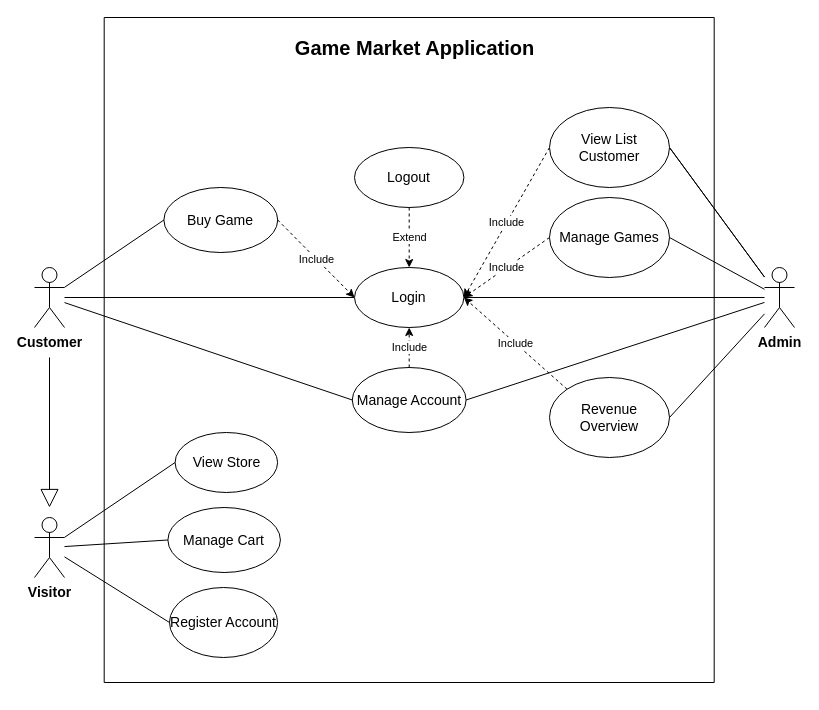
Before: Diagram/Use Case Diagram/UseCasesOverall.drawio in hiusnguyen201/Game-Market-Application, a draw.io diagram. Source tidied: cells renumbered, new cells numbered last; positions are measured from the earlier drawing's top-left corner, leaving out a move shared by most shapes. Both pictures are drawn from the tidied source at 100%, with x=0, y=0 at pixel (34, 17).
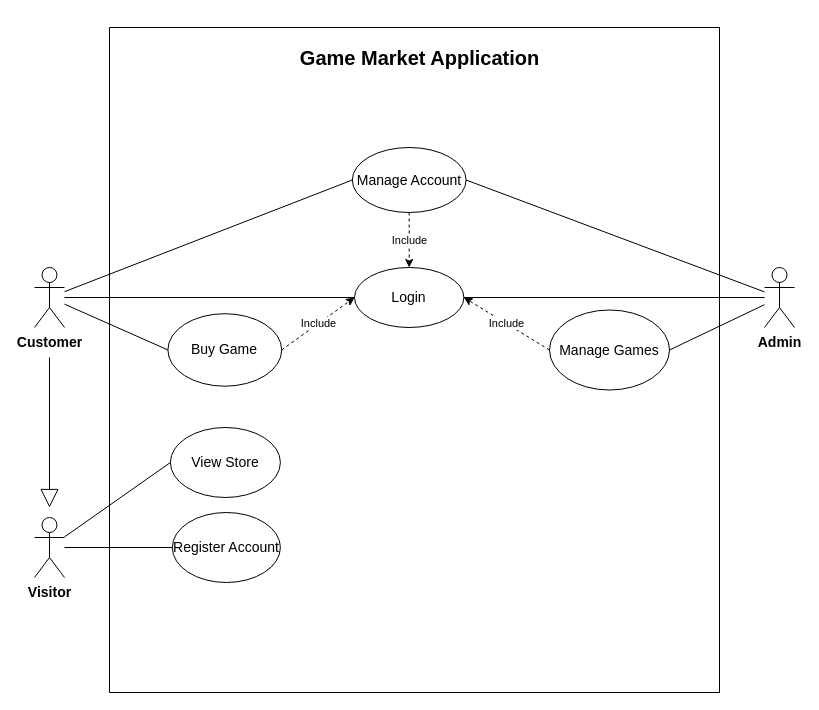
After the change.

The change refers to these unchanged cells:
```xml
<mxCell id="6" value="&lt;b style=&quot;font-size: 14px;&quot;&gt;Admin&lt;/b&gt;" style="shape=umlActor;verticalLabelPosition=bottom;verticalAlign=top;html=1;outlineConnect=0;fontSize=14;" parent="1" vertex="1">
  <mxGeometry x="730" y="250" width="30" height="60" as="geometry" />
</mxCell>
<mxCell id="15" value="&lt;b style=&quot;font-size: 14px;&quot;&gt;Visitor&lt;/b&gt;" style="shape=umlActor;verticalLabelPosition=bottom;verticalAlign=top;html=1;outlineConnect=0;fontSize=14;" parent="1" vertex="1">
  <mxGeometry y="500" width="30" height="60" as="geometry" />
</mxCell>
<mxCell id="18" value="Login" style="ellipse;whiteSpace=wrap;html=1;fontSize=14;" parent="1" vertex="1">
  <mxGeometry x="320" y="250" width="109.4" height="60" as="geometry" />
</mxCell>
```

What changed in the source:
```diff
@@
     <mxCell id="2" value="View Store" style="ellipse;whiteSpace=wrap;html=1;fontSize=14;" parent="1" vertex="1">
-      <mxGeometry x="140.6" y="415" width="102.5" height="60" as="geometry" />
+      <mxGeometry x="135.9" y="410" width="110" height="70" as="geometry" />
     </mxCell>
     <mxCell id="3" value="Register Account" style="ellipse;whiteSpace=wrap;html=1;fontSize=14;" parent="1" vertex="1">
-      <mxGeometry x="135" y="570" width="108.1" height="70" as="geometry" />
+      <mxGeometry x="137.8" y="495" width="108.1" height="70" as="geometry" />
     </mxCell>
@@
     <mxCell id="5" value="Buy Game" style="ellipse;whiteSpace=wrap;html=1;fontSize=14;" parent="1" vertex="1">
-      <mxGeometry x="129.4" y="170" width="113.8" height="65" as="geometry" />
+      <mxGeometry x="133.4" y="296.2" width="113.8" height="72.5" as="geometry" />
     </mxCell>
@@
-    <mxCell id="9" value="Manage Cart" style="ellipse;whiteSpace=wrap;html=1;fontSize=14;" parent="1" vertex="1">
-      <mxGeometry x="133.4" y="490" width="112.5" height="65" as="geometry" />
-    </mxCell>
-    <mxCell id="10" style="endArrow=none;html=1;rounded=0;fontSize=14;entryX=0;entryY=0.5;entryDx=0;entryDy=0;" parent="1" edge="1" source="15" target="9">
-      <mxGeometry relative="1" as="geometry" />
-    </mxCell>
@@
     <mxCell id="12" value="Manage Games" style="ellipse;whiteSpace=wrap;html=1;fontSize=14;" parent="1" vertex="1">
-      <mxGeometry x="515" y="180" width="120" height="80" as="geometry" />
+      <mxGeometry x="515" y="292.5" width="120" height="80" as="geometry" />
     </mxCell>
@@
-    <mxCell id="14" style="endArrow=none;html=1;rounded=0;fontSize=14;exitX=1;exitY=0.5;exitDx=0;exitDy=0;" parent="1" edge="1" source="31" target="6">
-      <mxGeometry relative="1" as="geometry" />
-    </mxCell>
@@
     <mxCell id="20" value="Manage Account" style="ellipse;whiteSpace=wrap;html=1;fontSize=14;" parent="1" vertex="1">
-      <mxGeometry x="317.8" y="350" width="113.8" height="65" as="geometry" />
+      <mxGeometry x="317.8" y="130" width="113.8" height="65" as="geometry" />
     </mxCell>
-    <mxCell id="21" value="Logout" style="ellipse;whiteSpace=wrap;html=1;fontSize=14;" parent="1" vertex="1">
-      <mxGeometry x="320" y="130" width="109.4" height="60" as="geometry" />
-    </mxCell>
-    <mxCell id="22" value="Extend" style="endArrow=classic;html=1;rounded=0;exitX=0.5;exitY=1;exitDx=0;exitDy=0;dashed=1;entryX=0.5;entryY=0;entryDx=0;entryDy=0;" parent="1" edge="1" source="21" target="18">
-      <mxGeometry relative="1" as="geometry" />
-    </mxCell>
@@
-    <mxCell id="24" value="Include" style="endArrow=classic;html=1;rounded=0;exitX=0.5;exitY=0;exitDx=0;exitDy=0;dashed=1;entryX=0.5;entryY=1;entryDx=0;entryDy=0;" parent="1" edge="1" source="20" target="18">
+    <mxCell id="24" value="Include" style="endArrow=classic;html=1;rounded=0;exitX=0.5;exitY=1;exitDx=0;exitDy=0;dashed=1;entryX=0.5;entryY=0;entryDx=0;entryDy=0;" parent="1" edge="1" source="20" target="18">
       <mxGeometry relative="1" as="geometry" />
     </mxCell>
@@
     <mxCell id="26" style="swimlane;startSize=0;fontSize=14;" parent="1" vertex="1">
-      <mxGeometry x="69.7" width="610" height="665" as="geometry" />
+      <mxGeometry x="75" y="10" width="610" height="665" as="geometry" />
     </mxCell>
@@
-    <mxCell id="28" value="Include" style="endArrow=classic;html=1;rounded=0;exitX=0;exitY=0.5;exitDx=0;exitDy=0;dashed=1;entryX=1;entryY=0.5;entryDx=0;entryDy=0;" parent="1" edge="1" source="31" target="18">
-      <mxGeometry relative="1" as="geometry" />
-    </mxCell>
@@
-    <mxCell id="30" style="endArrow=none;html=1;rounded=0;fontSize=14;exitX=1;exitY=0.5;exitDx=0;exitDy=0;startArrow=none;" parent="1" edge="1" source="31" target="6">
-      <mxGeometry relative="1" as="geometry" />
-    </mxCell>
-    <mxCell id="31" value="View List Customer" style="ellipse;whiteSpace=wrap;html=1;fontSize=14;" parent="1" vertex="1">
-      <mxGeometry x="515" y="90" width="120" height="80" as="geometry" />
-    </mxCell>
@@
-    <mxCell id="33" value="Revenue Overview" style="ellipse;whiteSpace=wrap;html=1;fontSize=14;" parent="1" vertex="1">
-      <mxGeometry x="515" y="360" width="120" height="80" as="geometry" />
-    </mxCell>
-    <mxCell id="34" style="endArrow=none;html=1;rounded=0;fontSize=14;exitX=1;exitY=0.5;exitDx=0;exitDy=0;" parent="1" edge="1" source="33" target="6">
-      <mxGeometry relative="1" as="geometry" />
-    </mxCell>
-    <mxCell id="35" value="Include" style="endArrow=classic;html=1;rounded=0;exitX=0;exitY=0;exitDx=0;exitDy=0;dashed=1;entryX=1;entryY=0.5;entryDx=0;entryDy=0;" parent="1" edge="1" source="33" target="18">
-      <mxGeometry relative="1" as="geometry" />
-    </mxCell>
```
